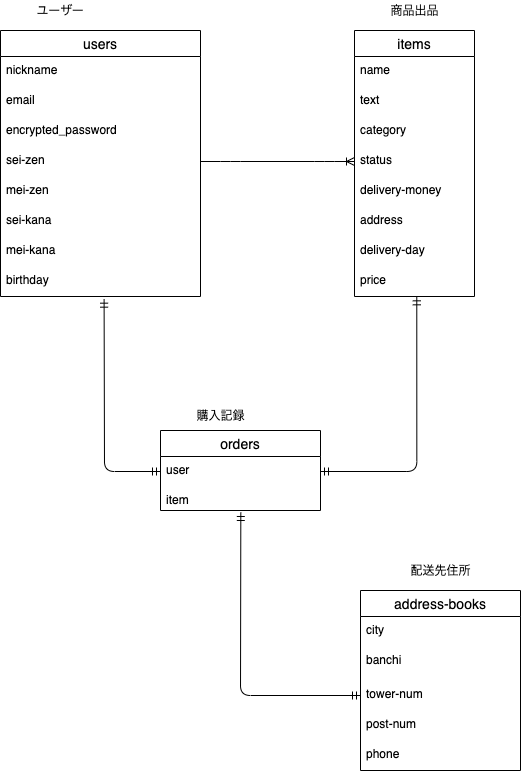
Before: ER図.png, a diagram exported from draw.io (ak-matsu/furima-34248). Source tidied: cells renumbered, new cells last; positions are measured from the earlier drawing's top-left corner, leaving out a move shared by most shapes. Source of this version:
```xml
<mxGraphModel>
  <root>
    <mxCell id="0" />
    <mxCell id="1" parent="0" />
    <mxCell id="2" value="users" style="swimlane;fontStyle=0;horizontal=1;startSize=26;align=center;fontSize=14;" parent="1" vertex="1">
      <mxGeometry y="30" width="200" height="266" as="geometry" />
    </mxCell>
    <mxCell id="3" value="nickname" style="text;strokeColor=none;fillColor=none;spacingLeft=4;spacingRight=4;overflow=hidden;fontSize=12;" parent="2" vertex="1">
      <mxGeometry y="26" width="200" height="30" as="geometry" />
    </mxCell>
    <mxCell id="4" value="email" style="text;strokeColor=none;fillColor=none;spacingLeft=4;spacingRight=4;overflow=hidden;fontSize=12;" parent="2" vertex="1">
      <mxGeometry y="56" width="200" height="30" as="geometry" />
    </mxCell>
    <mxCell id="5" value="encrypted_password" style="text;strokeColor=none;fillColor=none;spacingLeft=4;spacingRight=4;overflow=hidden;fontSize=12;" parent="2" vertex="1">
      <mxGeometry y="86" width="200" height="30" as="geometry" />
    </mxCell>
    <mxCell id="6" value="sei-zen" style="text;strokeColor=none;fillColor=none;spacingLeft=4;spacingRight=4;overflow=hidden;points=[[0,0.5],[1,0.5]];portConstraint=eastwest;fontSize=12;" parent="2" vertex="1">
      <mxGeometry y="116" width="200" height="30" as="geometry" />
    </mxCell>
    <mxCell id="7" value="mei-zen" style="text;strokeColor=none;fillColor=none;spacingLeft=4;spacingRight=4;overflow=hidden;fontSize=12;" parent="2" vertex="1">
      <mxGeometry y="146" width="200" height="30" as="geometry" />
    </mxCell>
    <mxCell id="8" value="sei-kana" style="text;strokeColor=none;fillColor=none;spacingLeft=4;spacingRight=4;overflow=hidden;fontSize=12;" parent="2" vertex="1">
      <mxGeometry y="176" width="200" height="30" as="geometry" />
    </mxCell>
    <mxCell id="9" value="mei-kana" style="text;strokeColor=none;fillColor=none;spacingLeft=4;spacingRight=4;overflow=hidden;fontSize=12;" parent="2" vertex="1">
      <mxGeometry y="206" width="200" height="30" as="geometry" />
    </mxCell>
    <mxCell id="10" value="birthday" style="text;strokeColor=none;fillColor=none;spacingLeft=4;spacingRight=4;overflow=hidden;points=[[0,0.5],[1,0.5]];portConstraint=eastwest;fontSize=12;" parent="2" vertex="1">
      <mxGeometry y="236" width="200" height="30" as="geometry" />
    </mxCell>
    <mxCell id="11" value="items" style="swimlane;fontStyle=0;horizontal=1;startSize=26;align=center;fontSize=14;" parent="1" vertex="1">
      <mxGeometry x="354" y="30" width="120" height="266" as="geometry" />
    </mxCell>
    <mxCell id="12" value="name" style="text;strokeColor=none;fillColor=none;spacingLeft=4;spacingRight=4;overflow=hidden;fontSize=12;" parent="11" vertex="1">
      <mxGeometry y="26" width="120" height="30" as="geometry" />
    </mxCell>
    <mxCell id="13" value="text" style="text;strokeColor=none;fillColor=none;spacingLeft=4;spacingRight=4;overflow=hidden;fontSize=12;" parent="11" vertex="1">
      <mxGeometry y="56" width="120" height="30" as="geometry" />
    </mxCell>
    <mxCell id="14" value="category" style="text;strokeColor=none;fillColor=none;spacingLeft=4;spacingRight=4;overflow=hidden;fontSize=12;" parent="11" vertex="1">
      <mxGeometry y="86" width="120" height="30" as="geometry" />
    </mxCell>
    <mxCell id="15" value="status" style="text;strokeColor=none;fillColor=none;spacingLeft=4;spacingRight=4;overflow=hidden;points=[[0,0.5],[1,0.5]];portConstraint=eastwest;fontSize=12;" parent="11" vertex="1">
      <mxGeometry y="116" width="120" height="30" as="geometry" />
    </mxCell>
    <mxCell id="16" value="delivery-money" style="text;strokeColor=none;fillColor=none;spacingLeft=4;spacingRight=4;overflow=hidden;fontSize=12;" parent="11" vertex="1">
      <mxGeometry y="146" width="120" height="30" as="geometry" />
    </mxCell>
    <mxCell id="17" value="address" style="text;strokeColor=none;fillColor=none;spacingLeft=4;spacingRight=4;overflow=hidden;fontSize=12;" parent="11" vertex="1">
      <mxGeometry y="176" width="120" height="30" as="geometry" />
    </mxCell>
    <mxCell id="18" value="delivery-day" style="text;strokeColor=none;fillColor=none;spacingLeft=4;spacingRight=4;overflow=hidden;fontSize=12;" parent="11" vertex="1">
      <mxGeometry y="206" width="120" height="30" as="geometry" />
    </mxCell>
    <mxCell id="19" value="price" style="text;strokeColor=none;fillColor=none;spacingLeft=4;spacingRight=4;overflow=hidden;points=[[0,0.5],[1,0.5]];portConstraint=eastwest;fontSize=12;" parent="11" vertex="1">
      <mxGeometry y="236" width="120" height="30" as="geometry" />
    </mxCell>
    <mxCell id="20" value="orders" style="swimlane;fontStyle=0;horizontal=1;startSize=26;align=center;fontSize=14;" parent="1" vertex="1">
      <mxGeometry x="160" y="430" width="160" height="80" as="geometry" />
    </mxCell>
    <mxCell id="21" value="user" style="text;strokeColor=none;fillColor=none;spacingLeft=4;spacingRight=4;overflow=hidden;points=[[0,0.5],[1,0.5]];portConstraint=eastwest;fontSize=12;" parent="20" vertex="1">
      <mxGeometry y="26" width="160" height="30" as="geometry" />
    </mxCell>
    <mxCell id="22" value="item" style="text;strokeColor=none;fillColor=none;spacingLeft=4;spacingRight=4;overflow=hidden;points=[[0,0.5],[1,0.5]];portConstraint=eastwest;fontSize=12;" parent="20" vertex="1">
      <mxGeometry y="56" width="160" height="24" as="geometry" />
    </mxCell>
    <mxCell id="23" value="ユーザー" style="text;html=1;align=center;verticalAlign=middle;fillColor=none;strokeColor=none;rounded=0;" parent="1" vertex="1">
      <mxGeometry x="30" width="60" height="20" as="geometry" />
    </mxCell>
    <mxCell id="24" value="商品出品" style="text;html=1;align=center;verticalAlign=middle;fillColor=none;strokeColor=none;rounded=0;" parent="1" vertex="1">
      <mxGeometry x="384" width="60" height="20" as="geometry" />
    </mxCell>
    <mxCell id="25" value="購入記録" style="text;html=1;align=center;verticalAlign=middle;fillColor=none;strokeColor=none;rounded=0;" parent="1" vertex="1">
      <mxGeometry x="190" y="405" width="60" height="20" as="geometry" />
    </mxCell>
    <mxCell id="26" style="edgeStyle=orthogonalEdgeStyle;fontSize=12;html=1;endArrow=ERmandOne;startArrow=ERmandOne;entryX=1;entryY=0.5;entryDx=0;entryDy=0;exitX=0.519;exitY=1.011;exitDx=0;exitDy=0;exitPerimeter=0;" parent="1" edge="1" source="19" target="21">
      <mxGeometry relative="1" as="geometry" />
    </mxCell>
    <mxCell id="27" value="address-books" style="swimlane;fontStyle=0;horizontal=1;startSize=26;align=center;fontSize=14;" parent="1" vertex="1">
      <mxGeometry x="360" y="590" width="160" height="180" as="geometry" />
    </mxCell>
    <mxCell id="28" value="city" style="text;strokeColor=none;fillColor=none;spacingLeft=4;spacingRight=4;overflow=hidden;fontSize=12;" parent="27" vertex="1">
      <mxGeometry y="26" width="160" height="30" as="geometry" />
    </mxCell>
    <mxCell id="29" value="banchi" style="text;strokeColor=none;fillColor=none;spacingLeft=4;spacingRight=4;overflow=hidden;fontSize=12;" parent="27" vertex="1">
      <mxGeometry y="56" width="160" height="34" as="geometry" />
    </mxCell>
    <mxCell id="30" value="tower-num" style="text;strokeColor=none;fillColor=none;spacingLeft=4;spacingRight=4;overflow=hidden;points=[[0,0.5],[1,0.5]];portConstraint=eastwest;fontSize=12;" parent="27" vertex="1">
      <mxGeometry y="90" width="160" height="30" as="geometry" />
    </mxCell>
    <mxCell id="31" value="post-num" style="text;strokeColor=none;fillColor=none;spacingLeft=4;spacingRight=4;overflow=hidden;fontSize=12;" parent="27" vertex="1">
      <mxGeometry y="120" width="160" height="30" as="geometry" />
    </mxCell>
    <mxCell id="32" value="phone" style="text;strokeColor=none;fillColor=none;spacingLeft=4;spacingRight=4;overflow=hidden;fontSize=12;" parent="27" vertex="1">
      <mxGeometry y="150" width="160" height="30" as="geometry" />
    </mxCell>
    <mxCell id="33" style="fontSize=12;html=1;endArrow=ERmandOne;startArrow=ERmandOne;entryX=0;entryY=0.5;entryDx=0;entryDy=0;edgeStyle=elbowEdgeStyle;exitX=0.502;exitY=1.083;exitDx=0;exitDy=0;exitPerimeter=0;" parent="1" edge="1" source="22" target="30">
      <mxGeometry relative="1" as="geometry">
        <Array as="points">
          <mxPoint x="240" y="669.6" />
        </Array>
      </mxGeometry>
    </mxCell>
    <mxCell id="34" style="fontSize=12;html=1;endArrow=ERmandOne;startArrow=ERmandOne;entryX=0;entryY=0.5;entryDx=0;entryDy=0;edgeStyle=elbowEdgeStyle;exitX=0.518;exitY=1.089;exitDx=0;exitDy=0;exitPerimeter=0;" parent="1" edge="1" source="10" target="21">
      <mxGeometry relative="1" as="geometry">
        <Array as="points">
          <mxPoint x="104" y="390" />
        </Array>
      </mxGeometry>
    </mxCell>
    <mxCell id="35" style="edgeStyle=entityRelationEdgeStyle;fontSize=12;html=1;endArrow=ERoneToMany;entryX=0;entryY=0.5;entryDx=0;entryDy=0;exitX=1;exitY=0.5;exitDx=0;exitDy=0;" parent="1" edge="1" source="6" target="15">
      <mxGeometry relative="1" as="geometry" />
    </mxCell>
    <mxCell id="36" value="配送先住所" style="text;html=1;align=center;verticalAlign=middle;fillColor=none;strokeColor=none;rounded=0;" parent="1" vertex="1">
      <mxGeometry x="400" y="560" width="80" height="20" as="geometry" />
    </mxCell>
  </root>
</mxGraphModel>
```
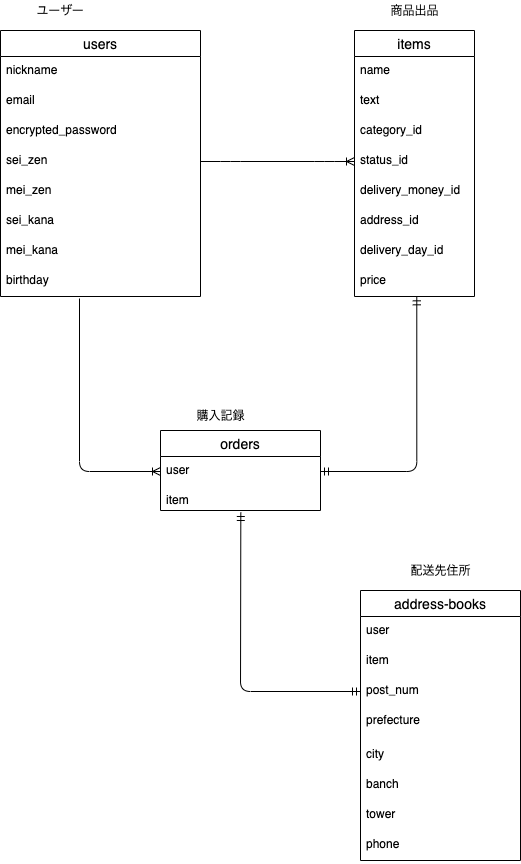
Later version of the same file.

Change to the diagram source:
```diff
@@ -14,16 +14,16 @@
     <mxCell id="5" value="encrypted_password" style="text;strokeColor=none;fillColor=none;spacingLeft=4;spacingRight=4;overflow=hidden;fontSize=12;" parent="2" vertex="1">
       <mxGeometry y="86" width="200" height="30" as="geometry" />
     </mxCell>
-    <mxCell id="6" value="sei-zen" style="text;strokeColor=none;fillColor=none;spacingLeft=4;spacingRight=4;overflow=hidden;points=[[0,0.5],[1,0.5]];portConstraint=eastwest;fontSize=12;" parent="2" vertex="1">
+    <mxCell id="6" value="sei_zen" style="text;strokeColor=none;fillColor=none;spacingLeft=4;spacingRight=4;overflow=hidden;points=[[0,0.5],[1,0.5]];portConstraint=eastwest;fontSize=12;" parent="2" vertex="1">
       <mxGeometry y="116" width="200" height="30" as="geometry" />
     </mxCell>
-    <mxCell id="7" value="mei-zen" style="text;strokeColor=none;fillColor=none;spacingLeft=4;spacingRight=4;overflow=hidden;fontSize=12;" parent="2" vertex="1">
+    <mxCell id="7" value="mei_zen" style="text;strokeColor=none;fillColor=none;spacingLeft=4;spacingRight=4;overflow=hidden;fontSize=12;" parent="2" vertex="1">
       <mxGeometry y="146" width="200" height="30" as="geometry" />
     </mxCell>
-    <mxCell id="8" value="sei-kana" style="text;strokeColor=none;fillColor=none;spacingLeft=4;spacingRight=4;overflow=hidden;fontSize=12;" parent="2" vertex="1">
+    <mxCell id="8" value="sei_kana" style="text;strokeColor=none;fillColor=none;spacingLeft=4;spacingRight=4;overflow=hidden;fontSize=12;" parent="2" vertex="1">
       <mxGeometry y="176" width="200" height="30" as="geometry" />
     </mxCell>
-    <mxCell id="9" value="mei-kana" style="text;strokeColor=none;fillColor=none;spacingLeft=4;spacingRight=4;overflow=hidden;fontSize=12;" parent="2" vertex="1">
+    <mxCell id="9" value="mei_kana" style="text;strokeColor=none;fillColor=none;spacingLeft=4;spacingRight=4;overflow=hidden;fontSize=12;" parent="2" vertex="1">
       <mxGeometry y="206" width="200" height="30" as="geometry" />
     </mxCell>
     <mxCell id="10" value="birthday" style="text;strokeColor=none;fillColor=none;spacingLeft=4;spacingRight=4;overflow=hidden;points=[[0,0.5],[1,0.5]];portConstraint=eastwest;fontSize=12;" parent="2" vertex="1">
@@ -38,19 +38,19 @@
     <mxCell id="13" value="text" style="text;strokeColor=none;fillColor=none;spacingLeft=4;spacingRight=4;overflow=hidden;fontSize=12;" parent="11" vertex="1">
       <mxGeometry y="56" width="120" height="30" as="geometry" />
     </mxCell>
-    <mxCell id="14" value="category" style="text;strokeColor=none;fillColor=none;spacingLeft=4;spacingRight=4;overflow=hidden;fontSize=12;" parent="11" vertex="1">
+    <mxCell id="14" value="category_id" style="text;strokeColor=none;fillColor=none;spacingLeft=4;spacingRight=4;overflow=hidden;fontSize=12;" parent="11" vertex="1">
       <mxGeometry y="86" width="120" height="30" as="geometry" />
     </mxCell>
-    <mxCell id="15" value="status" style="text;strokeColor=none;fillColor=none;spacingLeft=4;spacingRight=4;overflow=hidden;points=[[0,0.5],[1,0.5]];portConstraint=eastwest;fontSize=12;" parent="11" vertex="1">
+    <mxCell id="15" value="status_id" style="text;strokeColor=none;fillColor=none;spacingLeft=4;spacingRight=4;overflow=hidden;points=[[0,0.5],[1,0.5]];portConstraint=eastwest;fontSize=12;" parent="11" vertex="1">
       <mxGeometry y="116" width="120" height="30" as="geometry" />
     </mxCell>
-    <mxCell id="16" value="delivery-money" style="text;strokeColor=none;fillColor=none;spacingLeft=4;spacingRight=4;overflow=hidden;fontSize=12;" parent="11" vertex="1">
+    <mxCell id="16" value="delivery_money_id" style="text;strokeColor=none;fillColor=none;spacingLeft=4;spacingRight=4;overflow=hidden;fontSize=12;" parent="11" vertex="1">
       <mxGeometry y="146" width="120" height="30" as="geometry" />
     </mxCell>
-    <mxCell id="17" value="address" style="text;strokeColor=none;fillColor=none;spacingLeft=4;spacingRight=4;overflow=hidden;fontSize=12;" parent="11" vertex="1">
+    <mxCell id="17" value="address_id" style="text;strokeColor=none;fillColor=none;spacingLeft=4;spacingRight=4;overflow=hidden;fontSize=12;" parent="11" vertex="1">
       <mxGeometry y="176" width="120" height="30" as="geometry" />
     </mxCell>
-    <mxCell id="18" value="delivery-day" style="text;strokeColor=none;fillColor=none;spacingLeft=4;spacingRight=4;overflow=hidden;fontSize=12;" parent="11" vertex="1">
+    <mxCell id="18" value="delivery_day_id" style="text;strokeColor=none;fillColor=none;spacingLeft=4;spacingRight=4;overflow=hidden;fontSize=12;" parent="11" vertex="1">
       <mxGeometry y="206" width="120" height="30" as="geometry" />
     </mxCell>
     <mxCell id="19" value="price" style="text;strokeColor=none;fillColor=none;spacingLeft=4;spacingRight=4;overflow=hidden;points=[[0,0.5],[1,0.5]];portConstraint=eastwest;fontSize=12;" parent="11" vertex="1">
@@ -78,23 +78,32 @@
       <mxGeometry relative="1" as="geometry" />
     </mxCell>
     <mxCell id="27" value="address-books" style="swimlane;fontStyle=0;horizontal=1;startSize=26;align=center;fontSize=14;" parent="1" vertex="1">
-      <mxGeometry x="360" y="590" width="160" height="180" as="geometry" />
+      <mxGeometry x="360" y="590" width="160" height="270" as="geometry" />
     </mxCell>
-    <mxCell id="28" value="city" style="text;strokeColor=none;fillColor=none;spacingLeft=4;spacingRight=4;overflow=hidden;fontSize=12;" parent="27" vertex="1">
+    <mxCell id="28" value="user" style="text;strokeColor=none;fillColor=none;spacingLeft=4;spacingRight=4;overflow=hidden;fontSize=12;" parent="27" vertex="1">
       <mxGeometry y="26" width="160" height="30" as="geometry" />
     </mxCell>
+    <mxCell id="31" value="item" style="text;strokeColor=none;fillColor=none;spacingLeft=4;spacingRight=4;overflow=hidden;fontSize=12;" parent="27" vertex="1">
+      <mxGeometry y="56" width="160" height="30" as="geometry" />
+    </mxCell>
+    <mxCell id="30" value="post_num" style="text;strokeColor=none;fillColor=none;spacingLeft=4;spacingRight=4;overflow=hidden;points=[[0,0.5],[1,0.5]];portConstraint=eastwest;fontSize=12;" parent="27" vertex="1">
+      <mxGeometry y="86" width="160" height="30" as="geometry" />
+    </mxCell>
-    <mxCell id="29" value="banchi" style="text;strokeColor=none;fillColor=none;spacingLeft=4;spacingRight=4;overflow=hidden;fontSize=12;" parent="27" vertex="1">
-      <mxGeometry y="56" width="160" height="34" as="geometry" />
+    <mxCell id="29" value="prefecture" style="text;strokeColor=none;fillColor=none;spacingLeft=4;spacingRight=4;overflow=hidden;fontSize=12;" parent="27" vertex="1">
+      <mxGeometry y="116" width="160" height="34" as="geometry" />
     </mxCell>
-    <mxCell id="30" value="tower-num" style="text;strokeColor=none;fillColor=none;spacingLeft=4;spacingRight=4;overflow=hidden;points=[[0,0.5],[1,0.5]];portConstraint=eastwest;fontSize=12;" parent="27" vertex="1">
-      <mxGeometry y="90" width="160" height="30" as="geometry" />
-    </mxCell>
-    <mxCell id="31" value="post-num" style="text;strokeColor=none;fillColor=none;spacingLeft=4;spacingRight=4;overflow=hidden;fontSize=12;" parent="27" vertex="1">
-      <mxGeometry y="120" width="160" height="30" as="geometry" />
-    </mxCell>
-    <mxCell id="32" value="phone" style="text;strokeColor=none;fillColor=none;spacingLeft=4;spacingRight=4;overflow=hidden;fontSize=12;" parent="27" vertex="1">
+    <mxCell id="32" value="city" style="text;strokeColor=none;fillColor=none;spacingLeft=4;spacingRight=4;overflow=hidden;fontSize=12;" parent="27" vertex="1">
       <mxGeometry y="150" width="160" height="30" as="geometry" />
     </mxCell>
+    <mxCell id="37" value="banch" style="text;strokeColor=none;fillColor=none;spacingLeft=4;spacingRight=4;overflow=hidden;fontSize=12;" parent="27" vertex="1">
+      <mxGeometry y="180" width="160" height="30" as="geometry" />
+    </mxCell>
+    <mxCell id="38" value="tower" style="text;strokeColor=none;fillColor=none;spacingLeft=4;spacingRight=4;overflow=hidden;fontSize=12;" parent="27" vertex="1">
+      <mxGeometry y="210" width="160" height="30" as="geometry" />
+    </mxCell>
+    <mxCell id="39" value="phone" style="text;strokeColor=none;fillColor=none;spacingLeft=4;spacingRight=4;overflow=hidden;fontSize=12;" parent="27" vertex="1">
+      <mxGeometry y="240" width="160" height="30" as="geometry" />
+    </mxCell>
     <mxCell id="33" style="fontSize=12;html=1;endArrow=ERmandOne;startArrow=ERmandOne;entryX=0;entryY=0.5;entryDx=0;entryDy=0;edgeStyle=elbowEdgeStyle;exitX=0.502;exitY=1.083;exitDx=0;exitDy=0;exitPerimeter=0;" parent="1" edge="1" source="22" target="30">
       <mxGeometry relative="1" as="geometry">
         <Array as="points">
@@ -102,18 +111,18 @@
         </Array>
       </mxGeometry>
     </mxCell>
-    <mxCell id="34" style="fontSize=12;html=1;endArrow=ERmandOne;startArrow=ERmandOne;entryX=0;entryY=0.5;entryDx=0;entryDy=0;edgeStyle=elbowEdgeStyle;exitX=0.518;exitY=1.089;exitDx=0;exitDy=0;exitPerimeter=0;" parent="1" edge="1" source="10" target="21">
-      <mxGeometry relative="1" as="geometry">
-        <Array as="points">
-          <mxPoint x="104" y="390" />
-        </Array>
-      </mxGeometry>
-    </mxCell>
     <mxCell id="35" style="edgeStyle=entityRelationEdgeStyle;fontSize=12;html=1;endArrow=ERoneToMany;entryX=0;entryY=0.5;entryDx=0;entryDy=0;exitX=1;exitY=0.5;exitDx=0;exitDy=0;" parent="1" edge="1" source="6" target="15">
       <mxGeometry relative="1" as="geometry" />
     </mxCell>
     <mxCell id="36" value="配送先住所" style="text;html=1;align=center;verticalAlign=middle;fillColor=none;strokeColor=none;rounded=0;" parent="1" vertex="1">
       <mxGeometry x="400" y="560" width="80" height="20" as="geometry" />
     </mxCell>
+    <mxCell id="34" style="edgeStyle=elbowEdgeStyle;fontSize=12;html=1;endArrow=ERoneToMany;entryX=0;entryY=0.5;entryDx=0;entryDy=0;exitX=0.395;exitY=1.067;exitDx=0;exitDy=0;exitPerimeter=0;" parent="1" edge="1" source="10" target="21">
+      <mxGeometry relative="1" as="geometry">
+        <Array as="points">
+          <mxPoint x="79" y="390" />
+        </Array>
+      </mxGeometry>
+    </mxCell>
   </root>
 </mxGraphModel>
```
